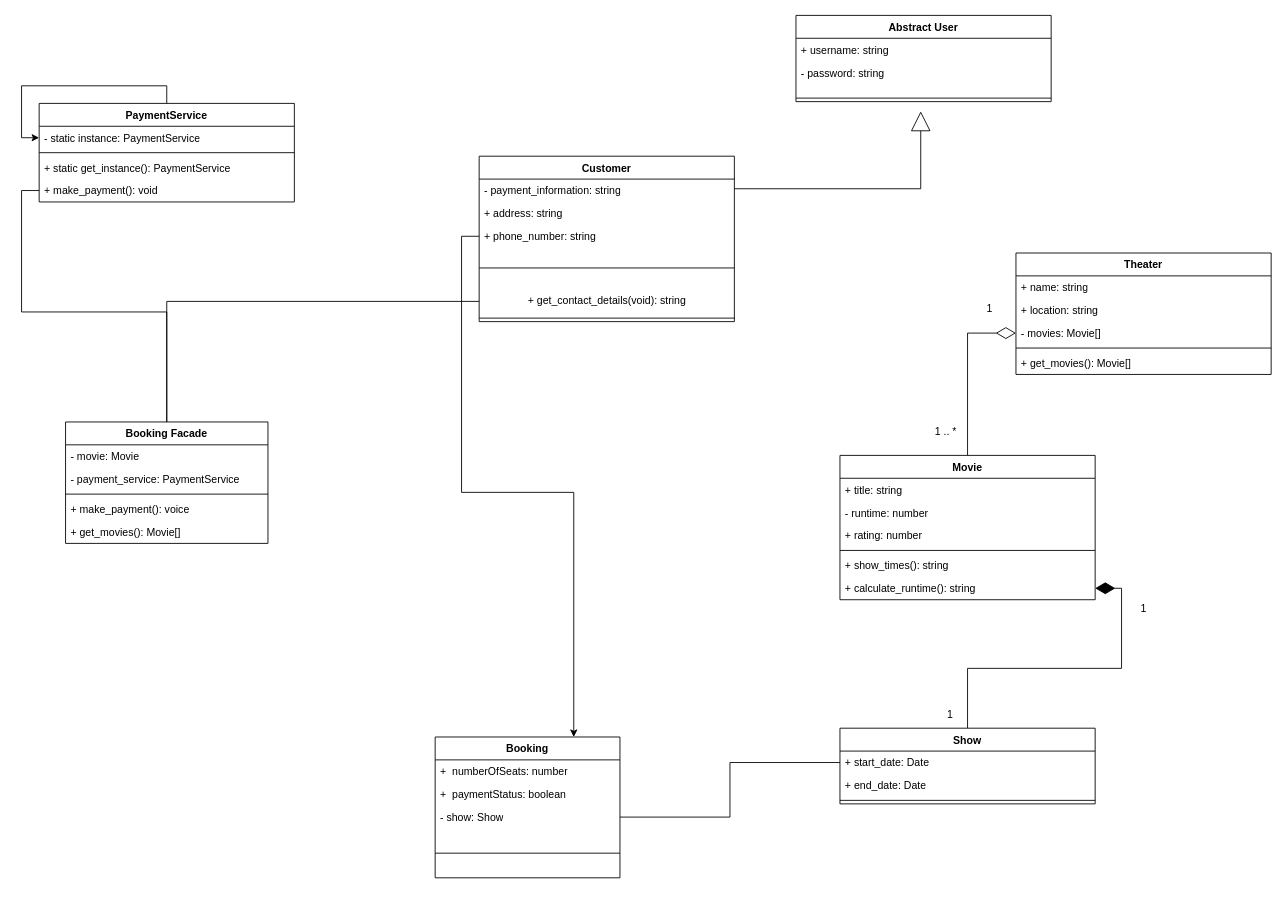
This is Movie Booking System.drawio from VukanCekic/system-design, a draw.io file, before an edit. Source tidied: cells renumbered, new cells numbered last; positions are measured from the earlier drawing's top-left corner, leaving out a move shared by most shapes. Both pictures are drawn from the tidied source at 88%, with x=0, y=0 at pixel (39, 15).
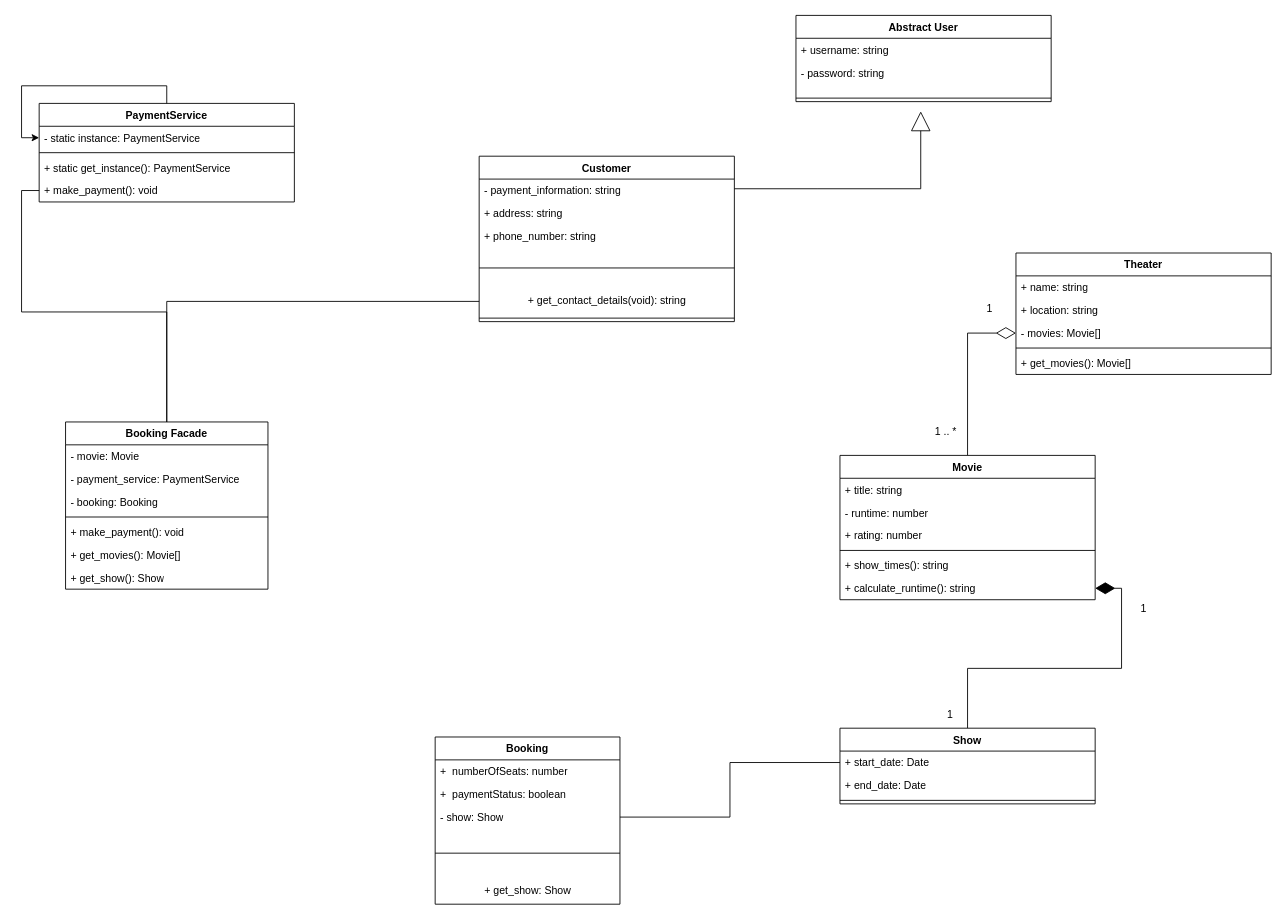
The same page after the edit.

Unchanged cells that the change refers to:
```xml
<mxCell id="9" value="+ phone_number: string" style="text;strokeColor=none;fillColor=none;align=left;verticalAlign=top;spacingLeft=4;spacingRight=4;overflow=hidden;points=[[0,0.5],[1,0.5]];portConstraint=eastwest;whiteSpace=wrap;html=1;" parent="6" vertex="1">
  <mxGeometry y="78" width="290" height="26" as="geometry" />
</mxCell>
```

The edit, as a diff of the source:
```diff
@@
     <mxCell id="43" value="Booking" style="swimlane;fontStyle=1;align=center;verticalAlign=top;horizontal=1;startSize=26;whiteSpace=wrap;html=1;" parent="1" vertex="1">
-      <mxGeometry x="450" y="820" width="210" height="160" as="geometry" />
+      <mxGeometry x="450" y="820" width="210" height="190" as="geometry" />
     </mxCell>
@@
+    <mxCell id="58" value="+ get_show: Show" style="text;html=1;align=center;verticalAlign=middle;strokeColor=none;fillColor=none;" parent="43" vertex="1">
+      <mxGeometry y="160" width="210" height="30" as="geometry" />
+    </mxCell>
@@
     <mxCell id="49" value="Booking Facade" style="swimlane;fontStyle=1;align=center;verticalAlign=top;horizontal=1;startSize=26;whiteSpace=wrap;html=1;" parent="1" vertex="1">
-      <mxGeometry x="30" y="462" width="230" height="138" as="geometry" />
+      <mxGeometry x="30" y="462" width="230" height="190" as="geometry" />
     </mxCell>
@@
+    <mxCell id="59" value="- booking: Booking" style="text;strokeColor=none;fillColor=none;align=left;verticalAlign=top;spacingLeft=4;spacingRight=4;overflow=hidden;whiteSpace=wrap;html=1;" parent="49" vertex="1">
+      <mxGeometry y="78" width="230" height="26" as="geometry" />
+    </mxCell>
     <mxCell id="52" style="line;strokeWidth=1;fillColor=none;align=left;verticalAlign=middle;spacingTop=-1;spacingLeft=3;spacingRight=3;labelPosition=right;strokeColor=inherit;" parent="49" vertex="1">
-      <mxGeometry y="78" width="230" height="8" as="geometry" />
+      <mxGeometry y="104" width="230" height="8" as="geometry" />
     </mxCell>
-    <mxCell id="53" value="+ make_payment(): voice" style="text;strokeColor=none;fillColor=none;align=left;verticalAlign=top;spacingLeft=4;spacingRight=4;overflow=hidden;whiteSpace=wrap;html=1;" parent="49" vertex="1">
-      <mxGeometry y="86" width="230" height="26" as="geometry" />
+    <mxCell id="53" value="+ make_payment(): void" style="text;strokeColor=none;fillColor=none;align=left;verticalAlign=top;spacingLeft=4;spacingRight=4;overflow=hidden;whiteSpace=wrap;html=1;" parent="49" vertex="1">
+      <mxGeometry y="112" width="230" height="26" as="geometry" />
     </mxCell>
     <mxCell id="54" value="+ get_movies(): Movie[]" style="text;strokeColor=none;fillColor=none;align=left;verticalAlign=top;spacingLeft=4;spacingRight=4;overflow=hidden;whiteSpace=wrap;html=1;" parent="49" vertex="1">
-      <mxGeometry y="112" width="230" height="26" as="geometry" />
+      <mxGeometry y="138" width="230" height="26" as="geometry" />
     </mxCell>
+    <mxCell id="60" value="+ get_show(): Show" style="text;strokeColor=none;fillColor=none;align=left;verticalAlign=top;spacingLeft=4;spacingRight=4;overflow=hidden;whiteSpace=wrap;html=1;" parent="49" vertex="1">
+      <mxGeometry y="164" width="230" height="26" as="geometry" />
+    </mxCell>
@@
-    <mxCell id="56" style="edgeStyle=orthogonalEdgeStyle;rounded=0;jettySize=auto;html=1;entryX=0.75;entryY=0;entryDx=0;entryDy=0;" parent="1" edge="1" source="9" target="43">
-      <mxGeometry relative="1" as="geometry" />
-    </mxCell>
```
